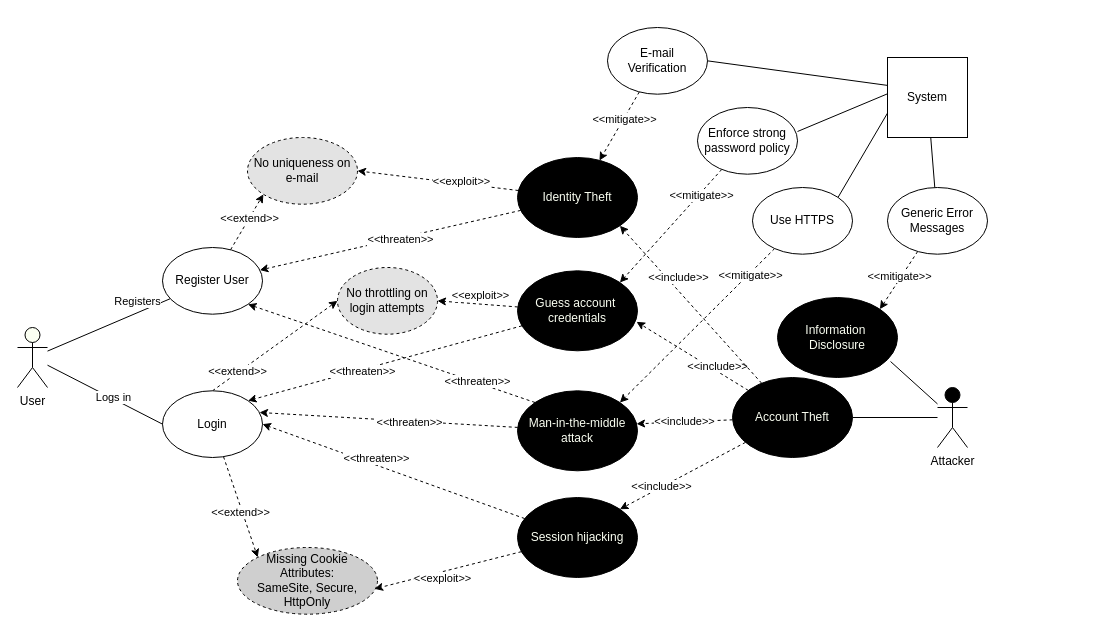
Earlier version of the draw.io diagram template-misusecase-exam.drawio (gullskatten/BPMN-models). Source tidied: cells renumbered, new cells numbered last; positions are measured from the earlier drawing's top-left corner, leaving out a move shared by most shapes. Both pictures are drawn from the tidied source at 100%, with x=0, y=0 at pixel (17, 27).
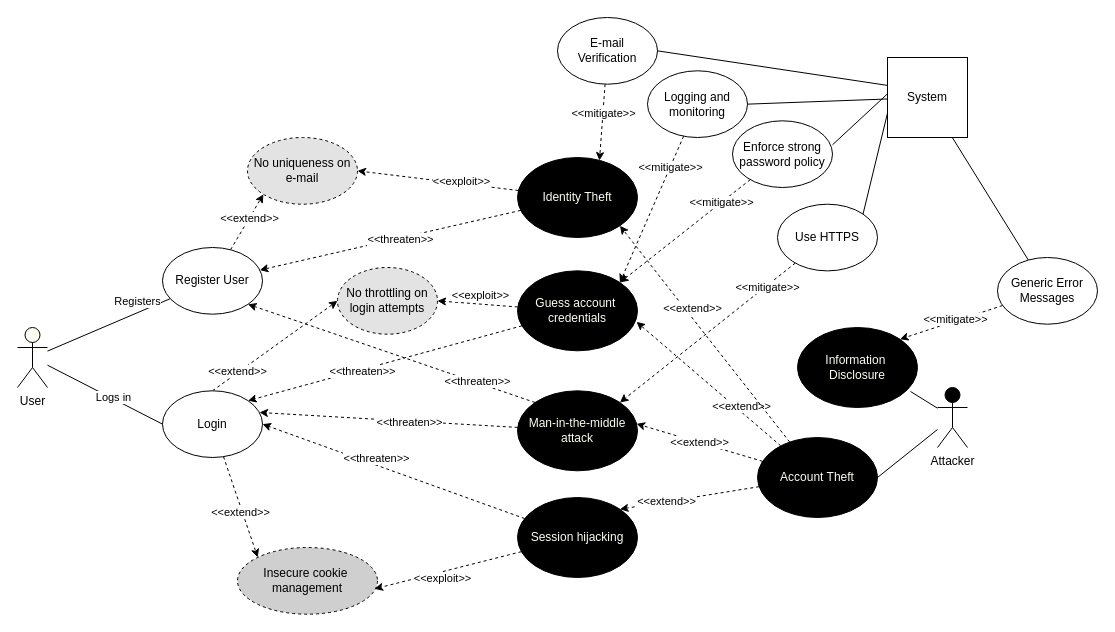
The same page after the edit.

Unchanged cells that the change refers to:
```xml
<mxCell id="17" value="&lt;font color=&quot;#fbfff2&quot;&gt;Man-in-the-middle&lt;br&gt;attack&lt;br&gt;&lt;/font&gt;" style="ellipse;whiteSpace=wrap;html=1;fillColor=#000000;" parent="1" vertex="1">
  <mxGeometry x="500" y="363.3" width="120" height="80" as="geometry" />
</mxCell>
<mxCell id="26" style="edgeStyle=none;rounded=0;jettySize=auto;html=1;entryX=1;entryY=0;entryDx=0;entryDy=0;dashed=1;" parent="1" edge="1" source="30" target="46">
  <mxGeometry relative="1" as="geometry" />
</mxCell>
<mxCell id="28" style="edgeStyle=none;rounded=0;jettySize=auto;html=1;dashed=1;entryX=1;entryY=1;entryDx=0;entryDy=0;" parent="1" edge="1" source="30" target="55">
  <mxGeometry relative="1" as="geometry" />
</mxCell>
<mxCell id="41" value="&lt;font color=&quot;#fbfff2&quot;&gt;Guess account&amp;nbsp;&lt;br&gt;credentials&lt;br&gt;&lt;/font&gt;" style="ellipse;whiteSpace=wrap;html=1;fillColor=#000000;" parent="1" vertex="1">
  <mxGeometry x="500" y="243.3" width="120" height="80" as="geometry" />
</mxCell>
<mxCell id="59" value="System" style="whiteSpace=wrap;html=1;" parent="1" vertex="1">
  <mxGeometry x="870" y="30" width="80" height="80" as="geometry" />
</mxCell>
```

Change to the diagram source:
```diff
@@
     <mxCell id="23" value="Use HTTPS" style="ellipse;whiteSpace=wrap;html=1;" parent="1" vertex="1">
-      <mxGeometry x="735" y="160" width="100" height="66.7" as="geometry" />
+      <mxGeometry x="760" y="176.7" width="100" height="66.7" as="geometry" />
     </mxCell>
-    <mxCell id="24" value="&amp;lt;&amp;lt;include&amp;gt;&amp;gt;" style="edgeStyle=none;rounded=0;jettySize=auto;html=1;entryX=0.992;entryY=0.638;entryDx=0;entryDy=0;entryPerimeter=0;dashed=1;" parent="1" edge="1" source="30" target="41">
+    <mxCell id="24" value="&amp;lt;&amp;lt;extend&amp;gt;&amp;gt;" style="edgeStyle=none;rounded=0;jettySize=auto;html=1;entryX=0.992;entryY=0.638;entryDx=0;entryDy=0;entryPerimeter=0;dashed=1;" parent="1" edge="1" source="30" target="41">
       <mxGeometry x="-0.42" y="-3" relative="1" as="geometry">
         <mxPoint y="-1" as="offset" />
       </mxGeometry>
     </mxCell>
-    <mxCell id="25" value="&amp;lt;&amp;lt;include&amp;gt;&amp;gt;" style="edgeStyle=none;rounded=0;jettySize=auto;html=1;entryX=0.992;entryY=0.413;entryDx=0;entryDy=0;entryPerimeter=0;dashed=1;" parent="1" edge="1" source="30" target="17">
+    <mxCell id="25" value="&amp;lt;&amp;lt;extend&amp;gt;&amp;gt;" style="edgeStyle=none;rounded=0;jettySize=auto;html=1;entryX=0.992;entryY=0.413;entryDx=0;entryDy=0;entryPerimeter=0;dashed=1;" parent="1" edge="1" source="30" target="17">
       <mxGeometry relative="1" as="geometry" />
     </mxCell>
@@
-    <mxCell id="27" value="&amp;lt;&amp;lt;include&amp;gt;&amp;gt;" style="edgeLabel;html=1;align=center;verticalAlign=middle;" parent="26" vertex="1">
+    <mxCell id="27" value="&amp;lt;&amp;lt;extend&amp;gt;&amp;gt;" style="edgeLabel;html=1;align=center;verticalAlign=middle;" parent="26" vertex="1">
       <mxGeometry x="0.34" y="-1" relative="1" as="geometry" />
     </mxCell>
@@
-    <mxCell id="29" value="&amp;lt;&amp;lt;include&amp;gt;&amp;gt;" style="edgeLabel;html=1;align=center;verticalAlign=middle;" parent="28" vertex="1">
+    <mxCell id="29" value="&amp;lt;&amp;lt;extend&amp;gt;&amp;gt;" style="edgeLabel;html=1;align=center;verticalAlign=middle;" parent="28" vertex="1">
       <mxGeometry x="-0.04" y="4" relative="1" as="geometry">
         <mxPoint x="-12.9" y="-32.6" as="offset" />
       </mxGeometry>
     </mxCell>
     <mxCell id="30" value="&lt;font color=&quot;#fbfff2&quot;&gt;Account Theft&lt;br&gt;&lt;/font&gt;" style="ellipse;whiteSpace=wrap;html=1;fillColor=#000000;" parent="1" vertex="1">
-      <mxGeometry x="715" y="350" width="120" height="80" as="geometry" />
+      <mxGeometry x="740" y="410" width="120" height="80" as="geometry" />
     </mxCell>
@@
     <mxCell id="36" value="Enforce strong&lt;br&gt;password policy" style="ellipse;whiteSpace=wrap;html=1;" parent="1" vertex="1">
-      <mxGeometry x="680" y="80" width="100" height="66.7" as="geometry" />
+      <mxGeometry x="715" y="93.3" width="100" height="66.7" as="geometry" />
     </mxCell>
@@
-    <mxCell id="47" value="Missing Cookie Attributes:&lt;br&gt;SameSite, Secure, HttpOnly" style="ellipse;whiteSpace=wrap;html=1;dashed=1;fillColor=#CFCFCF;" parent="1" vertex="1">
+    <mxCell id="47" value="Insecure cookie&amp;nbsp;&lt;br&gt;management" style="ellipse;whiteSpace=wrap;html=1;dashed=1;fillColor=#CFCFCF;" parent="1" vertex="1">
       <mxGeometry x="220" y="520" width="140" height="66.7" as="geometry" />
     </mxCell>
@@
     <mxCell id="50" value="E-mail &lt;br&gt;Verification" style="ellipse;whiteSpace=wrap;html=1;" parent="1" vertex="1">
-      <mxGeometry x="590" width="100" height="66.7" as="geometry" />
+      <mxGeometry x="540" y="-10" width="100" height="66.7" as="geometry" />
     </mxCell>
@@
+    <mxCell id="65" style="rounded=0;jettySize=auto;html=1;entryX=1;entryY=0.5;entryDx=0;entryDy=0;endArrow=none;endFill=0;" parent="1" edge="1" source="59" target="68">
+      <mxGeometry relative="1" as="geometry" />
+    </mxCell>
@@
     <mxCell id="63" value="Generic Error&lt;br&gt;Messages" style="ellipse;whiteSpace=wrap;html=1;" parent="1" vertex="1">
-      <mxGeometry x="870" y="160" width="100" height="66.7" as="geometry" />
+      <mxGeometry x="980" y="230" width="100" height="66.7" as="geometry" />
     </mxCell>
     <mxCell id="64" value="&lt;font color=&quot;#fbfff2&quot;&gt;Information&amp;nbsp;&lt;br&gt;Disclosure&lt;br&gt;&lt;/font&gt;" style="ellipse;whiteSpace=wrap;html=1;fillColor=#000000;" parent="1" vertex="1">
-      <mxGeometry x="760" y="270" width="120" height="80" as="geometry" />
+      <mxGeometry x="780" y="300" width="120" height="80" as="geometry" />
     </mxCell>
+    <mxCell id="66" style="edgeStyle=none;rounded=0;jettySize=auto;html=1;entryX=1;entryY=0;entryDx=0;entryDy=0;endArrow=classic;endFill=1;dashed=1;" parent="1" edge="1" source="68" target="41">
+      <mxGeometry relative="1" as="geometry" />
+    </mxCell>
+    <mxCell id="67" value="&amp;lt;&amp;lt;mitigate&amp;gt;&amp;gt;" style="edgeLabel;html=1;align=center;verticalAlign=middle;" parent="66" vertex="1">
+      <mxGeometry x="-0.57" relative="1" as="geometry" />
+    </mxCell>
+    <mxCell id="68" value="Logging and monitoring" style="ellipse;whiteSpace=wrap;html=1;" parent="1" vertex="1">
+      <mxGeometry x="630" y="43.3" width="100" height="66.7" as="geometry" />
+    </mxCell>
```
